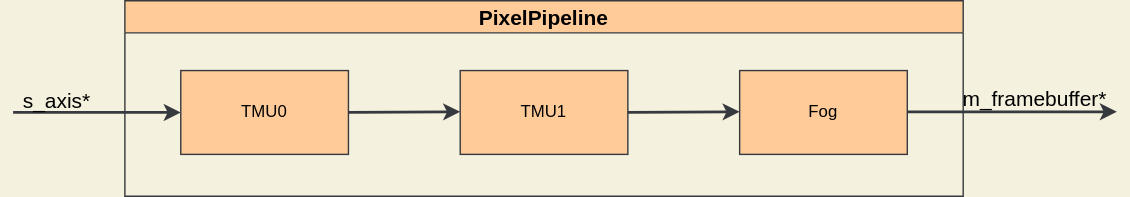
ToNi3141/Rasterix keeps this draw.io diagram as pictures/PixelPipeline.drawio.svg. Above is the earlier version. Source tidied: cells renumbered, new cells last; positions are measured from the earlier drawing's top-left corner, leaving out a move shared by most shapes.
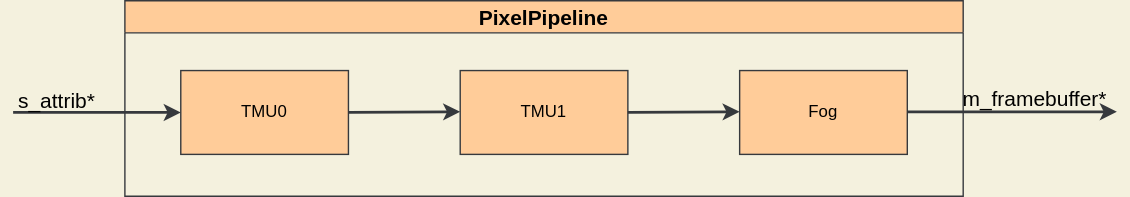
After the commit.

Diff of the diagram source:
```diff
@@ -43,7 +43,7 @@
         <mxPoint x="120" y="80" as="targetPoint" />
       </mxGeometry>
     </mxCell>
-    <mxCell id="11" value="s_axis*" style="edgeLabel;html=1;align=center;verticalAlign=middle;fontColor=#000000;labelBackgroundColor=none;fontSize=15;" parent="10" vertex="1">
+    <mxCell id="11" value="s_attrib*" style="edgeLabel;html=1;align=center;verticalAlign=middle;fontColor=#000000;labelBackgroundColor=none;fontSize=15;" parent="10" vertex="1">
       <mxGeometry x="-0.44" relative="1" as="geometry">
         <mxPoint x="-3" y="-10" as="offset" />
       </mxGeometry>
```
